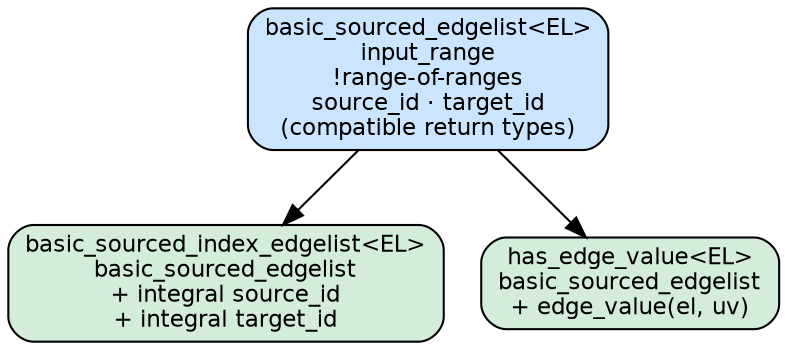
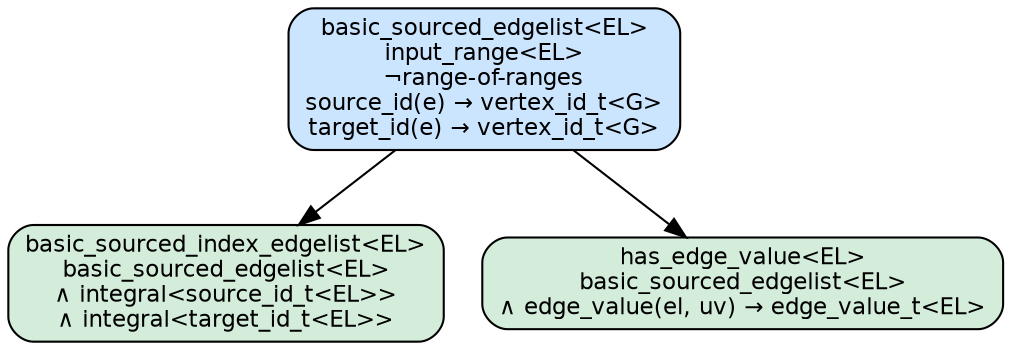
// Concept hierarchy for graph::edge_list
// Generate image: dot -Tsvg edge_list_concepts.dot -o edge_list_concepts.svg

digraph EdgeListConceptHierarchy {
    rankdir = TB
    node [shape=box, style="filled,rounded", fontname="Helvetica", fontsize=11]
    edge [fontname="Helvetica", fontsize=9]

-     // ── Primitive concepts ────────────────────────────────────────────────────
+     // ── Primitive concepts ───────────────────────────────────────────────────
+     //

    node [fillcolor="#cce5ff"]  // light blue

-     basic_sourced_edgelist [label="basic_sourced_edgelist<EL>\ninput_range\n!range-of-ranges\nsource_id · target_id\n(compatible return types)"]
+     basic_sourced_edgelist [label="basic_sourced_edgelist<EL>\ninput_range<EL>\n¬range-of-ranges\nsource_id(e) → vertex_id_t<G>\ntarget_id(e) → vertex_id_t<G>"]

-     // ── Refinements ───────────────────────────────────────────────────────────
+     // ── Refinements ──────────────────────────────────────────────────────────
+     //

    node [fillcolor="#d4edda"]  // light green

-     basic_sourced_index_edgelist [label="basic_sourced_index_edgelist<EL>\nbasic_sourced_edgelist\n+ integral source_id\n+ integral target_id"]
+     basic_sourced_index_edgelist [label="basic_sourced_index_edgelist<EL>\nbasic_sourced_edgelist<EL>\n∧ integral<source_id_t<EL>>\n∧ integral<target_id_t<EL>>"]

-     has_edge_value [label="has_edge_value<EL>\nbasic_sourced_edgelist\n+ edge_value(el, uv)"]
+     has_edge_value [label="has_edge_value<EL>\nbasic_sourced_edgelist<EL>\n∧ edge_value(el, uv) → edge_value_t<EL>"]

-     // ── Edges ─────────────────────────────────────────────────────────────────
+     // ── Edges ────────────────────────────────────────────────────────────────
+     //

    basic_sourced_edgelist -> basic_sourced_index_edgelist
    basic_sourced_edgelist -> has_edge_value

-     // ── Rank hints ────────────────────────────────────────────────────────────
+     // ── Rank hints ───────────────────────────────────────────────────────────
+     //
    { rank=same; basic_sourced_index_edgelist; has_edge_value }
}
